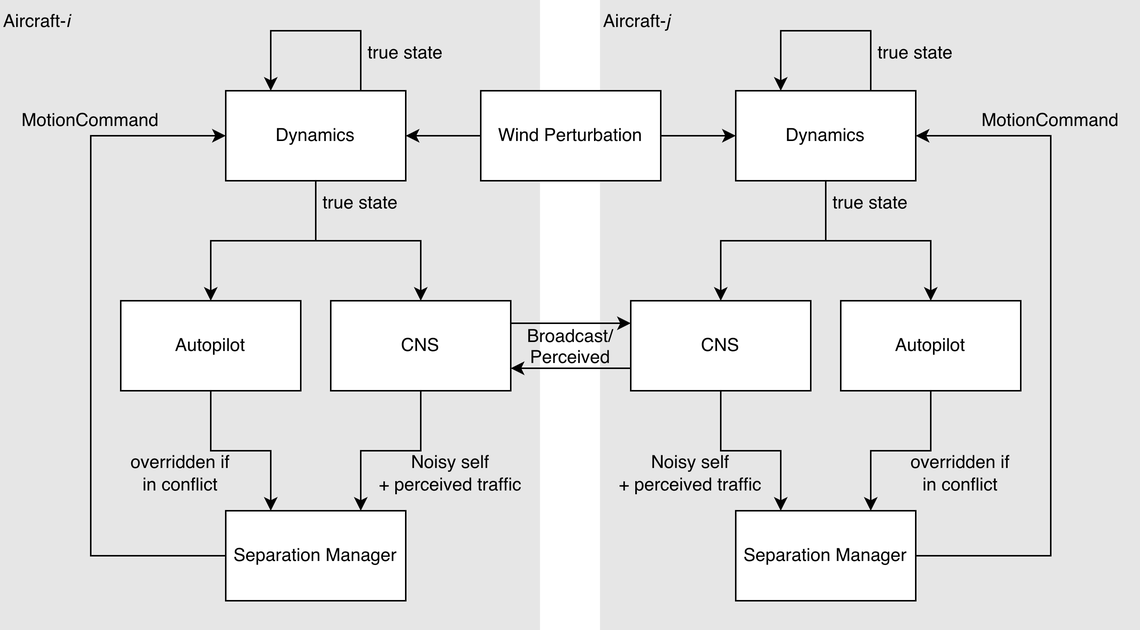
fazlurnu/opencdarr.github.io keeps this draw.io diagram as docs/assets/img/ObjectInteractions.drawio.png. Above is the earlier version. Source tidied: cells renumbered, new cells last; positions are measured from the earlier drawing's top-left corner, leaving out a move shared by most shapes. The source it was exported from:
```xml
<mxGraphModel>
  <root>
    <mxCell id="0" />
    <mxCell id="1" parent="0" />
    <mxCell id="2" style="whiteSpace=wrap;html=1;align=left;strokeColor=none;fillColor=#E6E6E6;" parent="1" vertex="1">
      <mxGeometry width="360" height="420" as="geometry" />
    </mxCell>
    <mxCell id="3" style="whiteSpace=wrap;html=1;align=left;strokeColor=none;fillColor=#E6E6E6;" parent="1" vertex="1">
      <mxGeometry x="400" width="360" height="420" as="geometry" />
    </mxCell>
    <mxCell id="4" style="edgeStyle=orthogonalEdgeStyle;rounded=0;jettySize=auto;html=1;" parent="1" edge="1" source="7" target="9">
      <mxGeometry relative="1" as="geometry" />
    </mxCell>
    <mxCell id="5" style="edgeStyle=orthogonalEdgeStyle;rounded=0;jettySize=auto;html=1;" parent="1" edge="1" source="7" target="14">
      <mxGeometry relative="1" as="geometry" />
    </mxCell>
    <mxCell id="6" style="edgeStyle=orthogonalEdgeStyle;rounded=0;orthogonalLoop=1;jettySize=auto;html=1;exitX=0.75;exitY=0;exitDx=0;exitDy=0;entryX=0.25;entryY=0;entryDx=0;entryDy=0;innerLoopWaypoints=1;" parent="1" edge="1" source="7" target="7">
      <mxGeometry relative="1" as="geometry">
        <Array as="points">
          <mxPoint x="240" y="20" />
          <mxPoint x="180" y="20" />
        </Array>
      </mxGeometry>
    </mxCell>
    <mxCell id="7" value="Dynamics" style="rounded=0;whiteSpace=wrap;html=1;" parent="1" vertex="1">
      <mxGeometry x="150" y="60" width="120" height="60" as="geometry" />
    </mxCell>
    <mxCell id="8" style="edgeStyle=orthogonalEdgeStyle;rounded=0;jettySize=auto;html=1;entryX=0.25;entryY=0;entryDx=0;entryDy=0;" parent="1" edge="1" source="9" target="11">
      <mxGeometry relative="1" as="geometry" />
    </mxCell>
    <mxCell id="9" value="Autopilot" style="rounded=0;whiteSpace=wrap;html=1;" parent="1" vertex="1">
      <mxGeometry x="80" y="200" width="120" height="60" as="geometry" />
    </mxCell>
    <mxCell id="10" style="edgeStyle=orthogonalEdgeStyle;rounded=0;jettySize=auto;html=1;exitX=0;exitY=0.5;exitDx=0;exitDy=0;entryX=0;entryY=0.5;entryDx=0;entryDy=0;" parent="1" edge="1" source="11" target="7">
      <mxGeometry relative="1" as="geometry">
        <Array as="points">
          <mxPoint x="60" y="370" />
          <mxPoint x="60" y="90" />
        </Array>
      </mxGeometry>
    </mxCell>
    <mxCell id="11" value="Separation Manager" style="rounded=0;whiteSpace=wrap;html=1;" parent="1" vertex="1">
      <mxGeometry x="150" y="340" width="120" height="60" as="geometry" />
    </mxCell>
    <mxCell id="12" style="edgeStyle=orthogonalEdgeStyle;rounded=0;jettySize=auto;html=1;exitX=0.5;exitY=1;exitDx=0;exitDy=0;entryX=0.75;entryY=0;entryDx=0;entryDy=0;" parent="1" edge="1" source="14" target="11">
      <mxGeometry relative="1" as="geometry" />
    </mxCell>
    <mxCell id="13" style="edgeStyle=orthogonalEdgeStyle;rounded=0;jettySize=auto;html=1;exitX=1;exitY=0.25;exitDx=0;exitDy=0;entryX=0;entryY=0.25;entryDx=0;entryDy=0;" parent="1" edge="1" source="14" target="22">
      <mxGeometry relative="1" as="geometry" />
    </mxCell>
    <mxCell id="14" value="CNS" style="rounded=0;whiteSpace=wrap;html=1;" parent="1" vertex="1">
      <mxGeometry x="220" y="200" width="120" height="60" as="geometry" />
    </mxCell>
    <mxCell id="15" value="overridden if in conflict" style="text;html=1;whiteSpace=wrap;strokeColor=none;fillColor=none;align=center;verticalAlign=middle;rounded=0;" parent="1" vertex="1">
      <mxGeometry x="80" y="300" width="80" height="30" as="geometry" />
    </mxCell>
    <mxCell id="16" style="edgeStyle=orthogonalEdgeStyle;rounded=0;orthogonalLoop=1;jettySize=auto;html=1;" parent="1" edge="1">
      <mxGeometry relative="1" as="geometry">
        <mxPoint x="420" y="240" as="sourcePoint" />
      </mxGeometry>
    </mxCell>
    <mxCell id="17" style="edgeStyle=orthogonalEdgeStyle;rounded=0;jettySize=auto;html=1;" parent="1" edge="1" source="19" target="22">
      <mxGeometry relative="1" as="geometry" />
    </mxCell>
    <mxCell id="18" style="edgeStyle=orthogonalEdgeStyle;rounded=0;jettySize=auto;html=1;" parent="1" edge="1" source="19" target="25">
      <mxGeometry relative="1" as="geometry" />
    </mxCell>
    <mxCell id="19" value="Dynamics" style="rounded=0;whiteSpace=wrap;html=1;" parent="1" vertex="1">
      <mxGeometry x="490" y="60" width="120" height="60" as="geometry" />
    </mxCell>
    <mxCell id="20" style="edgeStyle=orthogonalEdgeStyle;rounded=0;jettySize=auto;html=1;entryX=0.25;entryY=0;entryDx=0;entryDy=0;" parent="1" edge="1" source="22" target="23">
      <mxGeometry relative="1" as="geometry" />
    </mxCell>
    <mxCell id="21" style="edgeStyle=orthogonalEdgeStyle;rounded=0;jettySize=auto;html=1;exitX=0;exitY=0.75;exitDx=0;exitDy=0;entryX=1;entryY=0.75;entryDx=0;entryDy=0;" parent="1" edge="1" source="22" target="14">
      <mxGeometry relative="1" as="geometry" />
    </mxCell>
    <mxCell id="22" value="CNS" style="rounded=0;whiteSpace=wrap;html=1;" parent="1" vertex="1">
      <mxGeometry x="420" y="200" width="120" height="60" as="geometry" />
    </mxCell>
    <mxCell id="23" value="Separation Manager" style="rounded=0;whiteSpace=wrap;html=1;" parent="1" vertex="1">
      <mxGeometry x="490" y="340" width="120" height="60" as="geometry" />
    </mxCell>
    <mxCell id="24" style="edgeStyle=orthogonalEdgeStyle;rounded=0;jettySize=auto;html=1;exitX=0.5;exitY=1;exitDx=0;exitDy=0;entryX=0.75;entryY=0;entryDx=0;entryDy=0;" parent="1" edge="1" source="25" target="23">
      <mxGeometry relative="1" as="geometry" />
    </mxCell>
    <mxCell id="25" value="Autopilot" style="rounded=0;whiteSpace=wrap;html=1;" parent="1" vertex="1">
      <mxGeometry x="560" y="200" width="120" height="60" as="geometry" />
    </mxCell>
    <mxCell id="26" value="overridden if in conflict" style="text;html=1;whiteSpace=wrap;strokeColor=none;fillColor=none;align=center;verticalAlign=middle;rounded=0;" parent="1" vertex="1">
      <mxGeometry x="600" y="300" width="80" height="30" as="geometry" />
    </mxCell>
    <mxCell id="27" value="MotionCommand" style="text;html=1;whiteSpace=wrap;strokeColor=none;fillColor=none;align=center;verticalAlign=middle;rounded=0;" parent="1" vertex="1">
      <mxGeometry x="10" y="65" width="100" height="30" as="geometry" />
    </mxCell>
    <mxCell id="28" style="edgeStyle=orthogonalEdgeStyle;rounded=0;jettySize=auto;html=1;exitX=1;exitY=0.5;exitDx=0;exitDy=0;entryX=1;entryY=0.5;entryDx=0;entryDy=0;" parent="1" edge="1" source="23" target="19">
      <mxGeometry relative="1" as="geometry">
        <Array as="points">
          <mxPoint x="700" y="370" />
          <mxPoint x="700" y="90" />
        </Array>
      </mxGeometry>
    </mxCell>
    <mxCell id="29" value="MotionCommand" style="text;html=1;whiteSpace=wrap;strokeColor=none;fillColor=none;align=center;verticalAlign=middle;rounded=0;" parent="1" vertex="1">
      <mxGeometry x="650" y="65" width="100" height="30" as="geometry" />
    </mxCell>
    <mxCell id="30" value="Noisy self&lt;div&gt;+ perceived traffic&lt;/div&gt;" style="text;html=1;whiteSpace=wrap;strokeColor=none;fillColor=none;align=center;verticalAlign=middle;rounded=0;" parent="1" vertex="1">
      <mxGeometry x="240" y="300" width="120" height="30" as="geometry" />
    </mxCell>
    <mxCell id="31" value="Noisy self&lt;div&gt;+ perceived traffic&lt;/div&gt;" style="text;html=1;whiteSpace=wrap;strokeColor=none;fillColor=none;align=center;verticalAlign=middle;rounded=0;" parent="1" vertex="1">
      <mxGeometry x="400" y="300" width="120" height="30" as="geometry" />
    </mxCell>
    <mxCell id="32" value="&lt;span&gt;&lt;span style=&quot;color: rgb(0, 0, 0); font-family: Helvetica; font-size: 12px; font-style: normal; font-variant-ligatures: normal; font-variant-caps: normal; font-weight: 400; letter-spacing: normal; orphans: 2; text-align: center; text-indent: 0px; text-transform: none; widows: 2; word-spacing: 0px; -webkit-text-stroke-width: 0px; white-space: normal; text-decoration-thickness: initial; text-decoration-style: initial; text-decoration-color: initial; float: none; display: inline !important;&quot;&gt;Aircraft-&lt;/span&gt;&lt;span style=&quot;color: rgb(0, 0, 0); font-family: Helvetica; font-size: 12px; font-variant-ligatures: normal; font-variant-caps: normal; font-weight: 400; letter-spacing: normal; orphans: 2; text-align: center; text-indent: 0px; text-transform: none; widows: 2; word-spacing: 0px; -webkit-text-stroke-width: 0px; white-space: normal; text-decoration-thickness: initial; text-decoration-style: initial; text-decoration-color: initial; float: none; display: inline !important;&quot;&gt;&lt;i style=&quot;&quot;&gt;j&lt;/i&gt;&lt;/span&gt;&lt;/span&gt;" style="text;whiteSpace=wrap;html=1;" parent="1" vertex="1">
      <mxGeometry x="400" width="80" height="40" as="geometry" />
    </mxCell>
    <mxCell id="33" value="&lt;span&gt;&lt;span style=&quot;color: rgb(0, 0, 0); font-family: Helvetica; font-size: 12px; font-style: normal; font-variant-ligatures: normal; font-variant-caps: normal; font-weight: 400; letter-spacing: normal; orphans: 2; text-align: center; text-indent: 0px; text-transform: none; widows: 2; word-spacing: 0px; -webkit-text-stroke-width: 0px; white-space: normal; text-decoration-thickness: initial; text-decoration-style: initial; text-decoration-color: initial; float: none; display: inline !important;&quot;&gt;Aircraft-&lt;/span&gt;&lt;i style=&quot;forced-color-adjust: none; color: rgb(0, 0, 0); font-family: Helvetica; font-size: 12px; font-variant-ligatures: normal; font-variant-caps: normal; font-weight: 400; letter-spacing: normal; orphans: 2; text-align: center; text-indent: 0px; text-transform: none; widows: 2; word-spacing: 0px; -webkit-text-stroke-width: 0px; white-space: normal; text-decoration-thickness: initial; text-decoration-style: initial; text-decoration-color: initial;&quot;&gt;i&lt;/i&gt;&lt;/span&gt;" style="text;whiteSpace=wrap;html=1;" parent="1" vertex="1">
      <mxGeometry width="80" height="40" as="geometry" />
    </mxCell>
    <mxCell id="34" style="edgeStyle=orthogonalEdgeStyle;rounded=0;jettySize=auto;html=1;" parent="1" edge="1" source="36" target="7">
      <mxGeometry relative="1" as="geometry" />
    </mxCell>
    <mxCell id="35" style="edgeStyle=orthogonalEdgeStyle;rounded=0;jettySize=auto;html=1;" parent="1" edge="1" source="36" target="19">
      <mxGeometry relative="1" as="geometry" />
    </mxCell>
    <mxCell id="36" value="Wind Perturbation" style="rounded=0;whiteSpace=wrap;html=1;" parent="1" vertex="1">
      <mxGeometry x="320" y="60" width="120" height="60" as="geometry" />
    </mxCell>
    <mxCell id="37" value="&lt;div style=&quot;&quot;&gt;&lt;span style=&quot;background-color: transparent; color: light-dark(rgb(0, 0, 0), rgb(255, 255, 255));&quot;&gt;Broadcast/&lt;/span&gt;&lt;/div&gt;&lt;div style=&quot;&quot;&gt;&lt;span style=&quot;background-color: transparent; color: light-dark(rgb(0, 0, 0), rgb(255, 255, 255));&quot;&gt;Perceived&lt;/span&gt;&lt;/div&gt;" style="text;whiteSpace=wrap;html=1;align=center;" parent="1" vertex="1">
      <mxGeometry x="340" y="210" width="80" height="40" as="geometry" />
    </mxCell>
    <mxCell id="38" value="true state" style="text;html=1;whiteSpace=wrap;strokeColor=none;fillColor=none;align=center;verticalAlign=middle;rounded=0;" parent="1" vertex="1">
      <mxGeometry x="240" y="20" width="60" height="30" as="geometry" />
    </mxCell>
    <mxCell id="39" value="true state" style="text;html=1;whiteSpace=wrap;strokeColor=none;fillColor=none;align=center;verticalAlign=middle;rounded=0;" parent="1" vertex="1">
      <mxGeometry x="580" y="20" width="60" height="30" as="geometry" />
    </mxCell>
    <mxCell id="40" value="true state" style="text;html=1;whiteSpace=wrap;strokeColor=none;fillColor=none;align=center;verticalAlign=middle;rounded=0;" parent="1" vertex="1">
      <mxGeometry x="210" y="120" width="60" height="30" as="geometry" />
    </mxCell>
    <mxCell id="41" style="edgeStyle=orthogonalEdgeStyle;rounded=0;orthogonalLoop=1;jettySize=auto;html=1;exitX=0.75;exitY=0;exitDx=0;exitDy=0;entryX=0.25;entryY=0;entryDx=0;entryDy=0;innerLoopWaypoints=1;" parent="1" edge="1">
      <mxGeometry relative="1" as="geometry">
        <mxPoint x="580" y="60" as="sourcePoint" />
        <mxPoint x="520" y="60" as="targetPoint" />
        <Array as="points">
          <mxPoint x="580" y="20" />
          <mxPoint x="520" y="20" />
        </Array>
      </mxGeometry>
    </mxCell>
    <mxCell id="42" value="true state" style="text;html=1;whiteSpace=wrap;strokeColor=none;fillColor=none;align=center;verticalAlign=middle;rounded=0;" parent="1" vertex="1">
      <mxGeometry x="550" y="120" width="60" height="30" as="geometry" />
    </mxCell>
  </root>
</mxGraphModel>
```
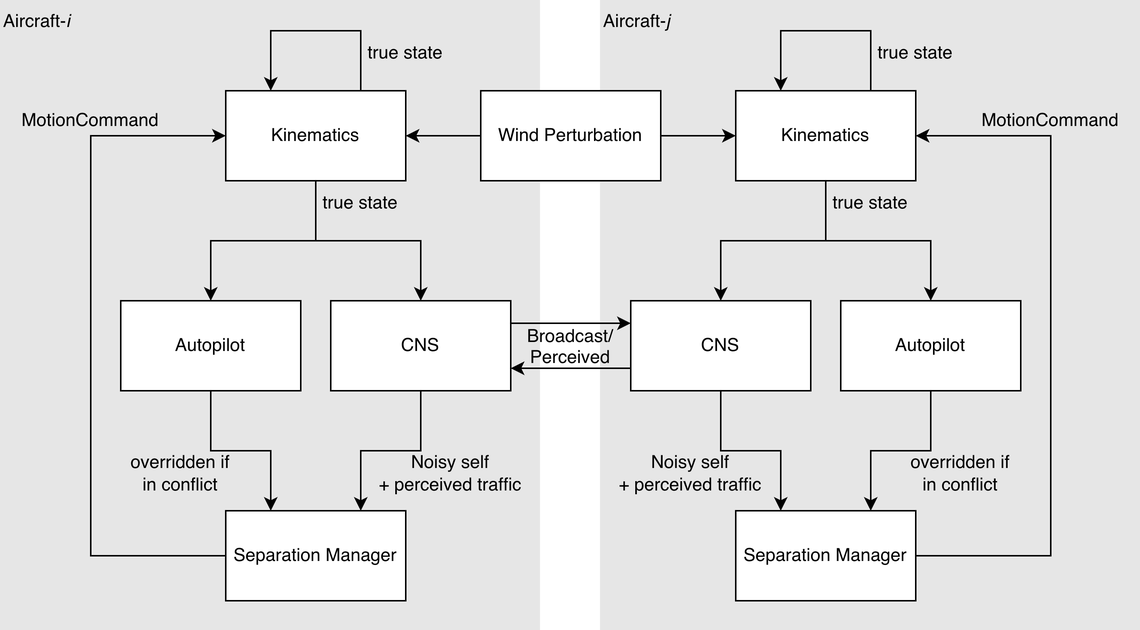
After the change.

Diff of the diagram source:
```diff
@@ -22,7 +22,7 @@
         </Array>
       </mxGeometry>
     </mxCell>
-    <mxCell id="7" value="Dynamics" style="rounded=0;whiteSpace=wrap;html=1;" parent="1" vertex="1">
+    <mxCell id="7" value="Kinematics" style="rounded=0;whiteSpace=wrap;html=1;" parent="1" vertex="1">
       <mxGeometry x="150" y="60" width="120" height="60" as="geometry" />
     </mxCell>
     <mxCell id="8" style="edgeStyle=orthogonalEdgeStyle;rounded=0;jettySize=auto;html=1;entryX=0.25;entryY=0;entryDx=0;entryDy=0;" parent="1" edge="1" source="9" target="11">
@@ -65,7 +65,7 @@
     <mxCell id="18" style="edgeStyle=orthogonalEdgeStyle;rounded=0;jettySize=auto;html=1;" parent="1" edge="1" source="19" target="25">
       <mxGeometry relative="1" as="geometry" />
     </mxCell>
-    <mxCell id="19" value="Dynamics" style="rounded=0;whiteSpace=wrap;html=1;" parent="1" vertex="1">
+    <mxCell id="19" value="Kinematics" style="rounded=0;whiteSpace=wrap;html=1;" parent="1" vertex="1">
       <mxGeometry x="490" y="60" width="120" height="60" as="geometry" />
     </mxCell>
     <mxCell id="20" style="edgeStyle=orthogonalEdgeStyle;rounded=0;jettySize=auto;html=1;entryX=0.25;entryY=0;entryDx=0;entryDy=0;" parent="1" edge="1" source="22" target="23">
```
